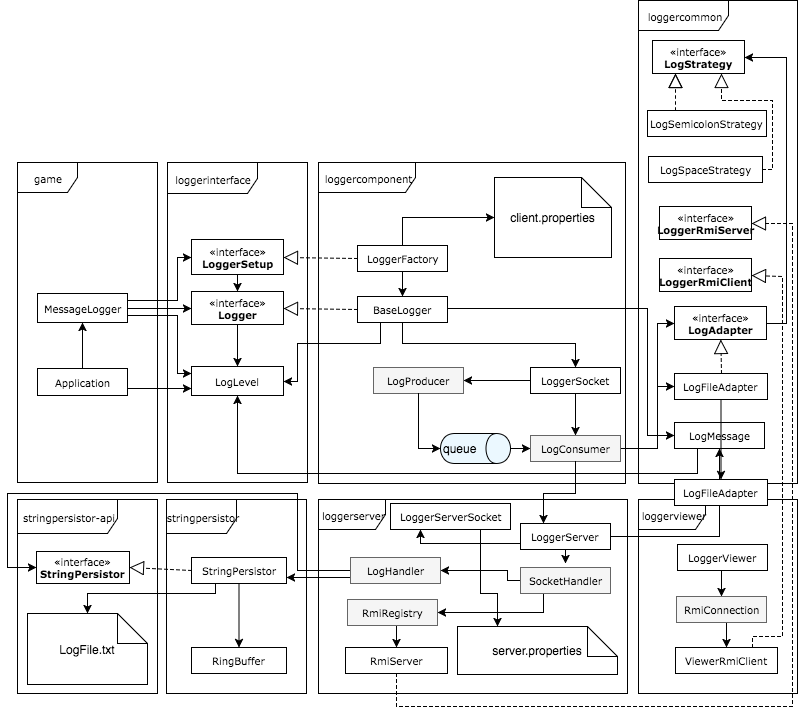
christopherchristensen/vsk17 keeps this draw.io diagram as 00-Dokumentation/docs/img/VSK_UML.png. Above is the earlier version. Source tidied: cells renumbered, new cells last; positions are measured from the earlier drawing's top-left corner, leaving out a move shared by most shapes.
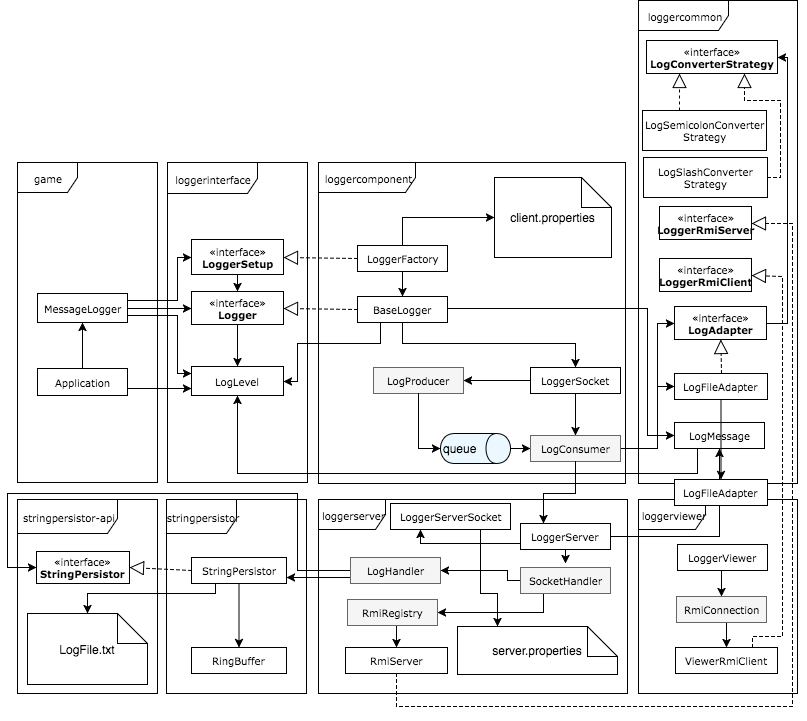
The same diagram one commit later.

Commit message:
Updated SysSpec with LogConverterStrategy

Diff of the diagram source:
```diff
@@ -260,7 +260,12 @@
       <mxGeometry x="667" y="479" width="93" height="26" as="geometry" />
     </mxCell>
     <mxCell id="64" style="edgeStyle=orthogonalEdgeStyle;rounded=0;html=1;exitX=1;exitY=0.5;entryX=1;entryY=0.5;jettySize=auto;" parent="1" edge="1" source="65" target="83">
-      <mxGeometry relative="1" as="geometry" />
+      <mxGeometry relative="1" as="geometry">
+        <Array as="points">
+          <mxPoint x="780" y="323" />
+          <mxPoint x="780" y="57" />
+        </Array>
+      </mxGeometry>
     </mxCell>
     <mxCell id="65" value="«interface»&lt;br&gt;&lt;b&gt;LogAdapter&lt;/b&gt;" style="html=1;rounded=0;shadow=0;comic=0;labelBackgroundColor=none;strokeColor=#000000;strokeWidth=1;fillColor=#ffffff;fontFamily=Verdana;fontSize=10;fontColor=#000000;align=center;" parent="1" vertex="1">
       <mxGeometry x="667" y="306" width="92" height="33" as="geometry" />
@@ -342,33 +347,26 @@
         </Array>
       </mxGeometry>
     </mxCell>
-    <mxCell id="83" value="«interface»&lt;br&gt;&lt;b&gt;LogStrategy&lt;/b&gt;" style="html=1;rounded=0;shadow=0;comic=0;labelBackgroundColor=none;strokeColor=#000000;strokeWidth=1;fillColor=#ffffff;fontFamily=Verdana;fontSize=10;fontColor=#000000;align=center;" parent="1" vertex="1">
-      <mxGeometry x="645" y="40" width="92" height="33" as="geometry" />
+    <mxCell id="83" value="«interface»&lt;br&gt;&lt;b&gt;LogConverterStrategy&lt;/b&gt;" style="html=1;rounded=0;shadow=0;comic=0;labelBackgroundColor=none;strokeColor=#000000;strokeWidth=1;fillColor=#ffffff;fontFamily=Verdana;fontSize=10;fontColor=#000000;align=center;" parent="1" vertex="1">
+      <mxGeometry x="639" y="40" width="131" height="33" as="geometry" />
     </mxCell>
-    <mxCell id="84" value="LogSemicolonStrategy" style="swimlane;html=1;fontStyle=0;horizontal=1;startSize=26;fillColor=none;swimlaneFillColor=#ffffff;rounded=0;shadow=0;comic=0;labelBackgroundColor=none;strokeColor=#000000;strokeWidth=1;fontFamily=Verdana;fontSize=10;fontColor=#000000;align=center;" parent="1" vertex="1" collapsed="1">
-      <mxGeometry x="640" y="110" width="119" height="26" as="geometry" />
+    <mxCell id="84" value="LogSemicolonConverter&lt;div&gt;Strategy&lt;/div&gt;" style="swimlane;html=1;fontStyle=0;horizontal=1;startSize=44;fillColor=none;swimlaneFillColor=#ffffff;rounded=0;shadow=0;comic=0;labelBackgroundColor=none;strokeColor=#000000;strokeWidth=1;fontFamily=Verdana;fontSize=10;fontColor=#000000;align=center;" parent="1" vertex="1" collapsed="1">
+      <mxGeometry x="635" y="110" width="124" height="40" as="geometry" />
     </mxCell>
-    <mxCell id="85" value="LogSpaceStrategy" style="swimlane;html=1;fontStyle=0;horizontal=1;startSize=26;fillColor=none;swimlaneFillColor=#ffffff;rounded=0;shadow=0;comic=0;labelBackgroundColor=none;strokeColor=#000000;strokeWidth=1;fontFamily=Verdana;fontSize=10;fontColor=#000000;align=center;" parent="1" vertex="1" collapsed="1">
-      <mxGeometry x="641" y="156" width="114" height="26" as="geometry" />
-    </mxCell>
-    <mxCell id="86" style="endArrow=block;dashed=1;endFill=0;endSize=12;html=1;rounded=0;exitX=1;exitY=0.5;entryX=0.75;entryY=1;" parent="1" edge="1" source="85" target="83">
+    <mxCell id="86" style="endArrow=block;dashed=1;endFill=0;endSize=12;html=1;rounded=0;exitX=1;exitY=0.5;entryX=0.75;entryY=1;" parent="1" edge="1" source="89" target="83">
       <mxGeometry relative="1" as="geometry">
         <Array as="points">
-          <mxPoint x="765" y="169" />
-          <mxPoint x="765" y="100" />
-          <mxPoint x="714" y="100" />
+          <mxPoint x="773" y="177" />
+          <mxPoint x="773" y="100" />
+          <mxPoint x="737" y="100" />
         </Array>
       </mxGeometry>
     </mxCell>
-    <mxCell id="87" style="endArrow=block;dashed=1;endFill=0;endSize=12;html=1;rounded=0;entryX=0.25;entryY=1;" parent="1" edge="1" target="83">
-      <mxGeometry relative="1" as="geometry">
-        <mxPoint x="668" y="110" as="sourcePoint" />
-      </mxGeometry>
-    </mxCell>
-    <mxCell id="88" style="endArrow=block;dashed=1;endFill=0;endSize=12;html=1;rounded=0;entryX=0.25;entryY=1;" parent="1" edge="1" target="83">
-      <mxGeometry relative="1" as="geometry">
-        <mxPoint x="668" y="110" as="sourcePoint" />
-      </mxGeometry>
+    <mxCell id="88" style="endArrow=block;dashed=1;endFill=0;endSize=12;html=1;rounded=0;entryX=0.25;entryY=1;exitX=0.298;exitY=0;exitPerimeter=0;" parent="1" edge="1" source="84" target="83">
+      <mxGeometry relative="1" as="geometry" />
     </mxCell>
+    <mxCell id="89" value="LogSlashConverter&lt;div&gt;Strategy&lt;/div&gt;" style="swimlane;html=1;fontStyle=0;horizontal=1;startSize=44;fillColor=none;swimlaneFillColor=#ffffff;rounded=0;shadow=0;comic=0;labelBackgroundColor=none;strokeColor=#000000;strokeWidth=1;fontFamily=Verdana;fontSize=10;fontColor=#000000;align=center;" parent="1" vertex="1" collapsed="1">
+      <mxGeometry x="636" y="157" width="124" height="40" as="geometry" />
+    </mxCell>
   </root>
 </mxGraphModel>
```
